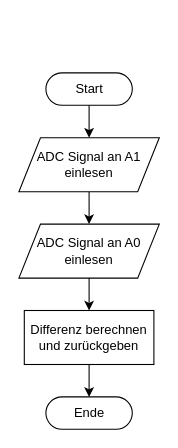
This is page "Referenz einlesen" (3 of 6) of flowchart.drawio from enovalab/LM3914-Replacement, a draw.io file, before an edit. Source tidied: cells renumbered, new cells numbered last; positions are measured from the earlier drawing's top-left corner, leaving out a move shared by most shapes. Both pictures are drawn from the tidied source at 108%, with x=0, y=0 at pixel (18, 72).
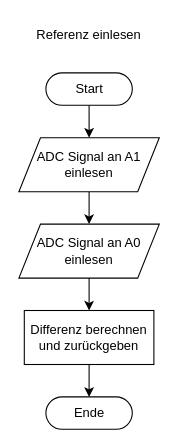
The same page after the edit.

What changed in the source:
```diff
@@
 <mxGraphModel>
   <root>
     <mxCell id="0" />
     <mxCell id="1" parent="0" />
     <mxCell id="2" style="edgeStyle=none;html=1;exitX=0.5;exitY=0.5;exitDx=0;exitDy=15;exitPerimeter=0;entryX=0.5;entryY=0;entryDx=0;entryDy=0;" parent="1" edge="1" source="3" target="6">
       <mxGeometry relative="1" as="geometry" />
     </mxCell>
     <mxCell id="3" value="Start" style="html=1;dashed=0;whitespace=wrap;shape=mxgraph.dfd.start;" parent="1" vertex="1">
       <mxGeometry x="25" width="80" height="30" as="geometry" />
     </mxCell>
     <mxCell id="4" value="Ende" style="html=1;dashed=0;whitespace=wrap;shape=mxgraph.dfd.start;" parent="1" vertex="1">
       <mxGeometry x="25" y="300" width="80" height="30" as="geometry" />
     </mxCell>
     <mxCell id="5" style="edgeStyle=none;html=1;exitX=0.5;exitY=1;exitDx=0;exitDy=0;" parent="1" edge="1" source="6" target="8">
       <mxGeometry relative="1" as="geometry" />
     </mxCell>
     <mxCell id="6" value="ADC Signal an A1&lt;br&gt;einlesen" style="shape=parallelogram;perimeter=parallelogramPerimeter;whiteSpace=wrap;html=1;fixedSize=1;" parent="1" vertex="1">
       <mxGeometry y="60" width="130" height="50" as="geometry" />
     </mxCell>
     <mxCell id="7" style="edgeStyle=none;html=1;" parent="1" edge="1" source="8" target="10">
       <mxGeometry relative="1" as="geometry" />
     </mxCell>
     <mxCell id="8" value="ADC Signal an A0&lt;br&gt;einlesen" style="shape=parallelogram;perimeter=parallelogramPerimeter;whiteSpace=wrap;html=1;fixedSize=1;" parent="1" vertex="1">
       <mxGeometry y="140" width="130" height="50" as="geometry" />
     </mxCell>
     <mxCell id="9" style="edgeStyle=none;html=1;" parent="1" edge="1" source="10" target="4">
       <mxGeometry relative="1" as="geometry" />
     </mxCell>
     <mxCell id="10" value="Differenz berechnen und zurückgeben" style="rounded=0;whiteSpace=wrap;html=1;" parent="1" vertex="1">
       <mxGeometry x="5" y="220" width="120" height="50" as="geometry" />
     </mxCell>
+    <mxCell id="11" value="Referenz einlesen" style="text;html=1;strokeColor=none;fillColor=none;align=center;verticalAlign=middle;whiteSpace=wrap;rounded=0;" parent="1" vertex="1">
+      <mxGeometry x="10" y="-50" width="110" height="30" as="geometry" />
+    </mxCell>
   </root>
 </mxGraphModel>
```
